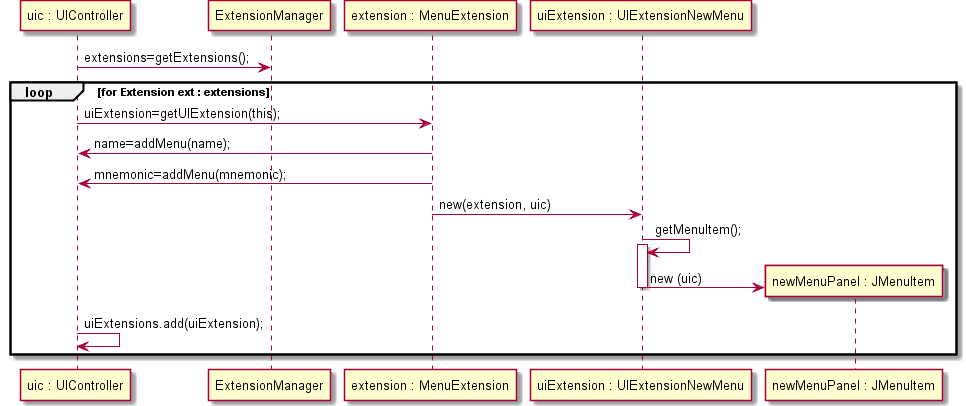
Before: src/csheets/userstories/us058/doc-files/us058_design1.png, a diagram exported from PlantUML (BeatrizSeabra/Project_Excel_Java).
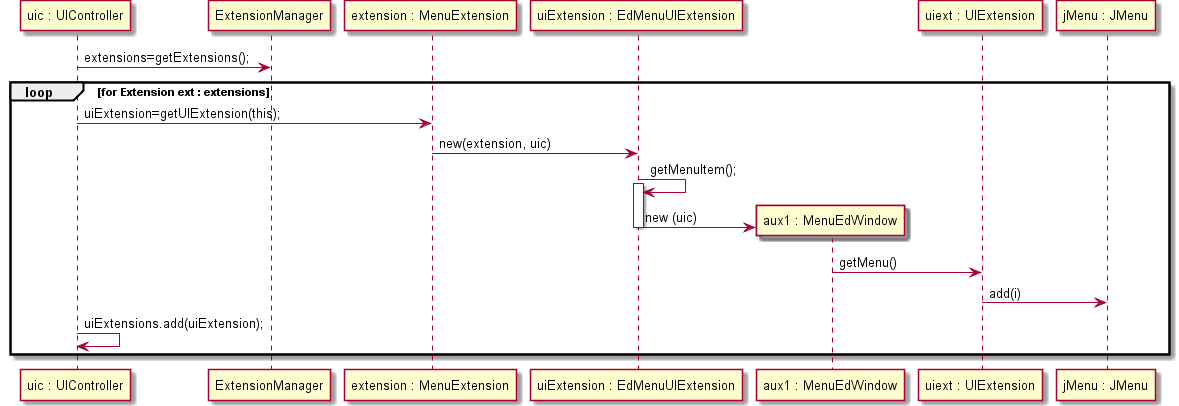
Above is the later version.

Change to the diagram source:
```diff
@@ -2,19 +2,21 @@
 participant "uic : UIController" as UIC
  participant ExtensionManager as ExtM
  participant "extension : MenuExtension" as EM
- participant "uiExtension : UIExtensionNewMenu" as UIExt
- participant "newMenuPanel : JMenuItem" as cp
+ participant "uiExtension : EdMenuUIExtension" as UIEd
+ participant "aux1 : MenuEdWindow" as MEW
+ participant "uiext : UIExtension" as uext
+ participant "jMenu : JMenu" as jm
  UIC -> ExtM : extensions=getExtensions();
   loop for Extension ext : extensions
  	UIC -> EM : uiExtension=getUIExtension(this);
-        EM -> UIC : name=addMenu(name);
- 	EM -> UIC : mnemonic=addMenu(mnemonic);
- 	EM -> UIExt : new(extension, uic)
- 	UIExt -> UIExt : getMenuItem();
-        activate UIExt
- 	create cp
- 	UIExt -> cp :  new (uic)
-        deactivate UIExt
+ 	EM -> UIEd : new(extension, uic)
+ 	UIEd -> UIEd : getMenuItem();
+        activate UIEd
+ 	create MEW
+ 	UIEd -> MEW :  new (uic)
+        deactivate UIEd
+  	MEW -> uext : getMenu()
+        uext -> jm : add(i)
  	UIC -> UIC : uiExtensions.add(uiExtension);
  end
 @enduml
```
